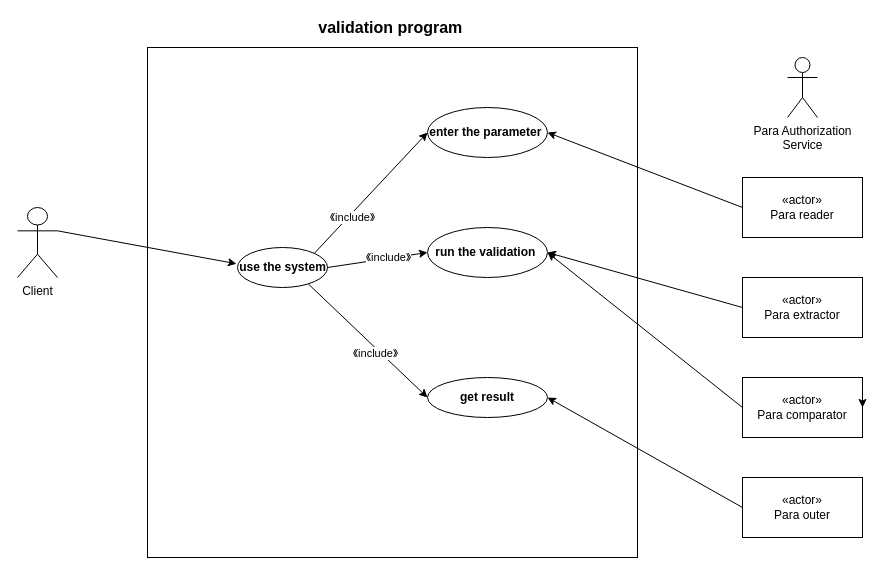
Earlier version of the draw.io diagram Untitled Diagram.drawio (scottie1996/zza). Source tidied: cells renumbered, new cells numbered last; positions are measured from the earlier drawing's top-left corner, leaving out a move shared by most shapes. Both pictures are drawn from the tidied source at 100%, with x=0, y=0 at pixel (17, 17).
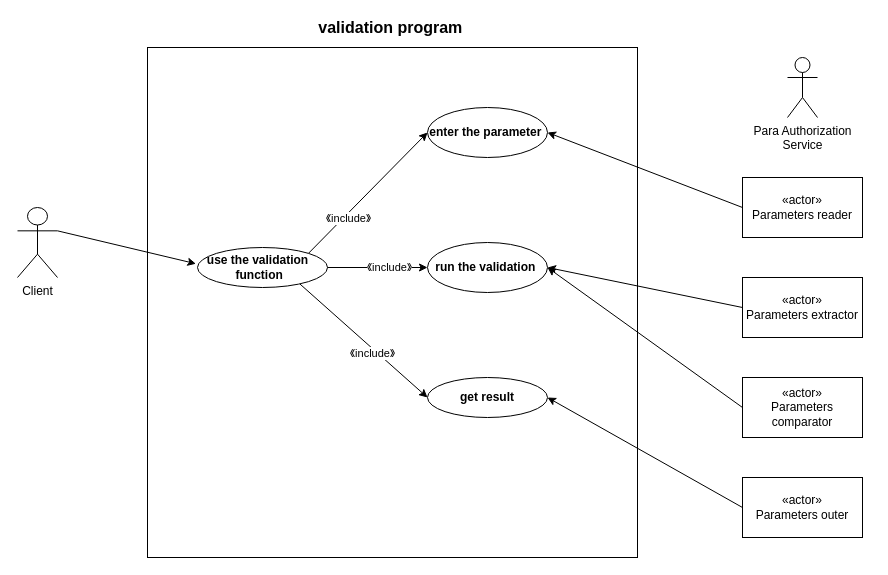
Above is the later version.

Change to the diagram source:
```diff
@@
     <mxCell id="4" style="ellipse;whiteSpace=wrap;html=1;" parent="1" vertex="1">
-      <mxGeometry x="220" y="230" width="90" height="40" as="geometry" />
+      <mxGeometry x="180" y="230" width="130" height="40" as="geometry" />
     </mxCell>
-    <mxCell id="5" value="&lt;b&gt;use the system&lt;/b&gt;" style="text;html=1;align=center;verticalAlign=middle;" parent="1" vertex="1">
-      <mxGeometry x="215" y="240" width="100" height="20" as="geometry" />
+    <mxCell id="5" value="&lt;b&gt;use the validation&lt;br&gt;&amp;nbsp;function&lt;/b&gt;" style="text;html=1;align=center;verticalAlign=middle;" parent="1" vertex="1">
+      <mxGeometry x="180" y="235" width="120" height="30" as="geometry" />
     </mxCell>
@@
     <mxCell id="12" value="run the validation&amp;nbsp;" style="ellipse;whiteSpace=wrap;html=1;fontStyle=1;" parent="1" vertex="1">
-      <mxGeometry x="410" y="210" width="120" height="50" as="geometry" />
+      <mxGeometry x="410" y="225" width="120" height="50" as="geometry" />
     </mxCell>
@@
-    <mxCell id="17" value="&lt;div&gt;«actor»&lt;/div&gt;&lt;div&gt;Para reader&lt;/div&gt;" style="rounded=0;whiteSpace=wrap;html=1;" parent="1" vertex="1">
+    <mxCell id="17" value="&lt;div&gt;«actor»&lt;/div&gt;&lt;div&gt;Parameters reader&lt;/div&gt;" style="rounded=0;whiteSpace=wrap;html=1;" parent="1" vertex="1">
       <mxGeometry x="725" y="160" width="120" height="60" as="geometry" />
     </mxCell>
-    <mxCell id="18" value="&lt;div&gt;«actor»&lt;/div&gt;&lt;div&gt;Para extractor&lt;/div&gt;" style="rounded=0;whiteSpace=wrap;html=1;" parent="1" vertex="1">
+    <mxCell id="18" value="&lt;div&gt;«actor»&lt;/div&gt;&lt;div&gt;Parameters extractor&lt;/div&gt;" style="rounded=0;whiteSpace=wrap;html=1;" parent="1" vertex="1">
       <mxGeometry x="725" y="260" width="120" height="60" as="geometry" />
     </mxCell>
-    <mxCell id="19" value="&lt;div&gt;«actor»&lt;/div&gt;&lt;div&gt;Para comparator&lt;/div&gt;" style="rounded=0;whiteSpace=wrap;html=1;" parent="1" vertex="1">
+    <mxCell id="19" value="&lt;div&gt;«actor»&lt;/div&gt;&lt;div&gt;Parameters comparator&lt;/div&gt;" style="rounded=0;whiteSpace=wrap;html=1;" parent="1" vertex="1">
       <mxGeometry x="725" y="360" width="120" height="60" as="geometry" />
     </mxCell>
-    <mxCell id="20" style="edgeStyle=orthogonalEdgeStyle;rounded=0;orthogonalLoop=1;jettySize=auto;html=1;exitX=1;exitY=0.25;exitDx=0;exitDy=0;entryX=1;entryY=0.5;entryDx=0;entryDy=0;" parent="1" edge="1" source="19" target="19">
-      <mxGeometry relative="1" as="geometry" />
-    </mxCell>
-    <mxCell id="21" value="&lt;div&gt;«actor»&lt;/div&gt;&lt;div&gt;Para outer&lt;/div&gt;" style="rounded=0;whiteSpace=wrap;html=1;" parent="1" vertex="1">
+    <mxCell id="21" value="&lt;div&gt;«actor»&lt;/div&gt;&lt;div&gt;Parameters outer&lt;/div&gt;" style="rounded=0;whiteSpace=wrap;html=1;" parent="1" vertex="1">
       <mxGeometry x="725" y="460" width="120" height="60" as="geometry" />
     </mxCell>
```
